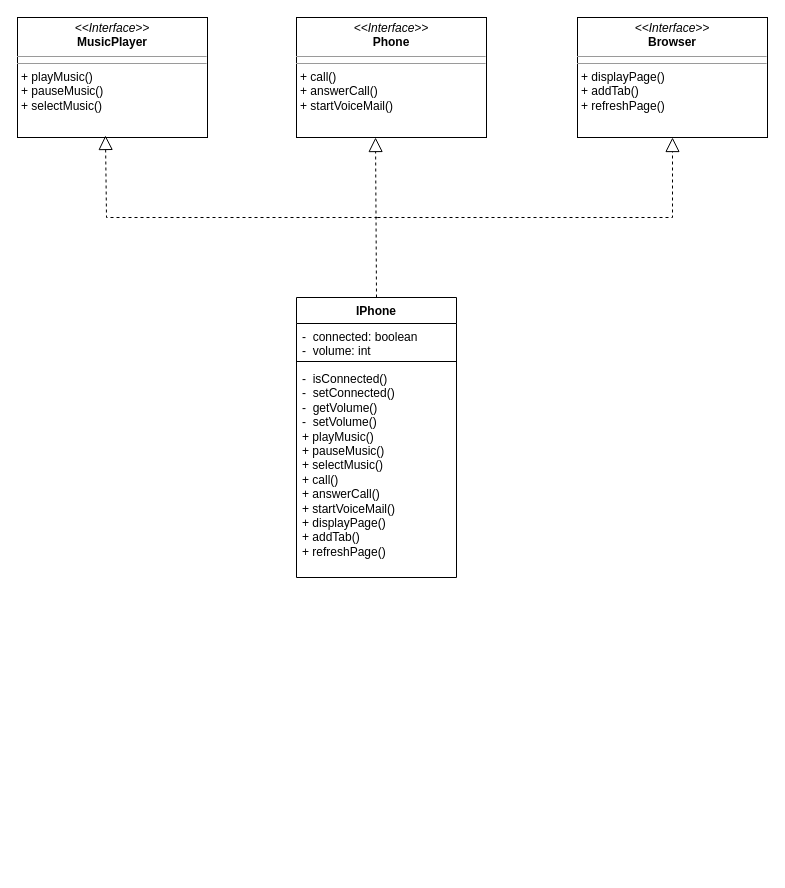
The draw.io diagram desafios/iPhone-classDiagram.drawio in Matheus-Fontinele-Alves-Vieria/JavaProjects-DIO, before the edit. Source tidied: cells renumbered, new cells numbered last; positions are measured from the earlier drawing's top-left corner, leaving out a move shared by most shapes. Both pictures are drawn from the tidied source at 100%, with x=0, y=0 at pixel (17, 17).
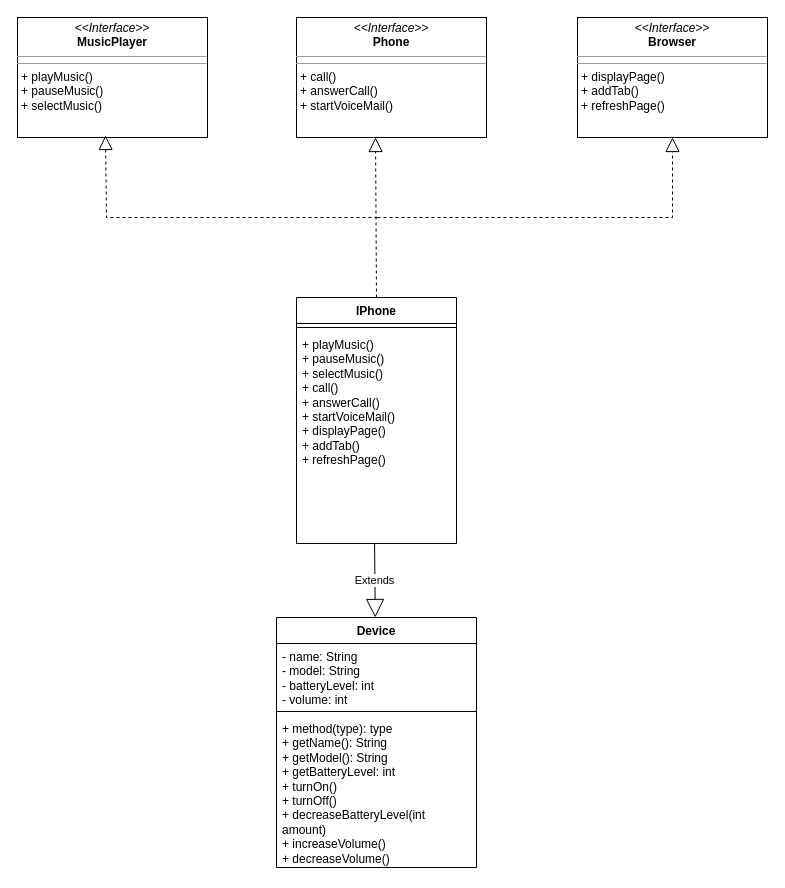
The same page after the edit.

Change to the diagram source:
```diff
@@
 <mxGraphModel>
   <root>
     <mxCell id="0" />
     <mxCell id="1" parent="0" />
     <mxCell id="2" value="&lt;p style=&quot;margin:0px;margin-top:4px;text-align:center;&quot;&gt;&lt;i&gt;&amp;lt;&amp;lt;Interface&amp;gt;&amp;gt;&lt;/i&gt;&lt;br&gt;&lt;b&gt;MusicPlayer&lt;/b&gt;&lt;/p&gt;&lt;hr size=&quot;1&quot;&gt;&lt;hr size=&quot;1&quot;&gt;&lt;p style=&quot;margin:0px;margin-left:4px;&quot;&gt;+ playMusic()&lt;/p&gt;&lt;p style=&quot;margin:0px;margin-left:4px;&quot;&gt;+ pauseMusic()&lt;/p&gt;&lt;p style=&quot;margin:0px;margin-left:4px;&quot;&gt;+ selectMusic()&lt;br&gt;&lt;/p&gt;" style="verticalAlign=top;align=left;overflow=fill;fontSize=12;fontFamily=Helvetica;html=1;whiteSpace=wrap;" parent="1" vertex="1">
       <mxGeometry width="190" height="120" as="geometry" />
     </mxCell>
     <mxCell id="3" value="&lt;p style=&quot;margin:0px;margin-top:4px;text-align:center;&quot;&gt;&lt;i&gt;&amp;lt;&amp;lt;Interface&amp;gt;&amp;gt;&lt;/i&gt;&lt;br&gt;&lt;b&gt;Phone&lt;/b&gt;&lt;br&gt;&lt;/p&gt;&lt;hr size=&quot;1&quot;&gt;&lt;hr size=&quot;1&quot;&gt;&lt;p style=&quot;margin:0px;margin-left:4px;&quot;&gt;+ call()&lt;/p&gt;&lt;p style=&quot;margin:0px;margin-left:4px;&quot;&gt;+ answerCall()&lt;/p&gt;&lt;p style=&quot;margin:0px;margin-left:4px;&quot;&gt;+ startVoiceMail()&lt;br&gt;&lt;/p&gt;" style="verticalAlign=top;align=left;overflow=fill;fontSize=12;fontFamily=Helvetica;html=1;whiteSpace=wrap;" parent="1" vertex="1">
       <mxGeometry x="279" width="190" height="120" as="geometry" />
     </mxCell>
     <mxCell id="4" value="&lt;p style=&quot;margin:0px;margin-top:4px;text-align:center;&quot;&gt;&lt;i&gt;&amp;lt;&amp;lt;Interface&amp;gt;&amp;gt;&lt;/i&gt;&lt;br&gt;&lt;b&gt;Browser&lt;/b&gt;&lt;br&gt;&lt;/p&gt;&lt;hr size=&quot;1&quot;&gt;&lt;hr size=&quot;1&quot;&gt;&lt;p style=&quot;margin:0px;margin-left:4px;&quot;&gt;+ displayPage()&lt;/p&gt;&lt;p style=&quot;margin:0px;margin-left:4px;&quot;&gt;+ addTab()&lt;/p&gt;&lt;p style=&quot;margin:0px;margin-left:4px;&quot;&gt;+ refreshPage()&lt;br&gt;&lt;/p&gt;" style="verticalAlign=top;align=left;overflow=fill;fontSize=12;fontFamily=Helvetica;html=1;whiteSpace=wrap;" parent="1" vertex="1">
       <mxGeometry x="560" width="190" height="120" as="geometry" />
     </mxCell>
     <mxCell id="5" style="endArrow=block;dashed=1;endFill=0;endSize=12;html=1;rounded=0;exitX=0.5;exitY=0;exitDx=0;exitDy=0;entryX=0.416;entryY=1;entryDx=0;entryDy=0;entryPerimeter=0;" parent="1" edge="1" target="3">
       <mxGeometry relative="1" as="geometry">
         <mxPoint x="359" y="280" as="sourcePoint" />
       </mxGeometry>
     </mxCell>
     <mxCell id="6" style="endArrow=block;dashed=1;endFill=0;endSize=12;html=1;rounded=0;entryX=0.5;entryY=1;entryDx=0;entryDy=0;" parent="1" edge="1" target="4">
       <mxGeometry relative="1" as="geometry">
         <mxPoint x="360" y="200" as="sourcePoint" />
         <Array as="points">
           <mxPoint x="655" y="200" />
         </Array>
       </mxGeometry>
     </mxCell>
     <mxCell id="7" style="endArrow=block;dashed=1;endFill=0;endSize=12;html=1;rounded=0;entryX=0.463;entryY=0.983;entryDx=0;entryDy=0;entryPerimeter=0;" parent="1" edge="1" target="2">
       <mxGeometry relative="1" as="geometry">
         <mxPoint x="360" y="200" as="sourcePoint" />
         <Array as="points">
           <mxPoint x="89" y="200" />
         </Array>
       </mxGeometry>
     </mxCell>
     <mxCell id="8" value="IPhone" style="swimlane;fontStyle=1;align=center;verticalAlign=top;horizontal=1;startSize=26;whiteSpace=wrap;html=1;" parent="1" vertex="1">
-      <mxGeometry x="279" y="280" width="160" height="280" as="geometry" />
+      <mxGeometry x="279" y="280" width="160" height="246" as="geometry" />
     </mxCell>
-    <mxCell id="9" value="-&amp;nbsp; connected: boolean&lt;br&gt;-&amp;nbsp; volume: int" style="text;strokeColor=none;fillColor=none;align=left;verticalAlign=top;spacingLeft=4;spacingRight=4;overflow=hidden;whiteSpace=wrap;html=1;" parent="8" vertex="1">
-      <mxGeometry y="26" width="160" height="34" as="geometry" />
-    </mxCell>
     <mxCell id="10" style="line;strokeWidth=1;fillColor=none;align=left;verticalAlign=middle;spacingTop=-1;spacingLeft=3;spacingRight=3;labelPosition=right;strokeColor=inherit;" parent="8" vertex="1">
-      <mxGeometry y="60" width="160" height="8" as="geometry" />
+      <mxGeometry y="26" width="160" height="8" as="geometry" />
     </mxCell>
-    <mxCell id="11" value="-&amp;nbsp; isConnected()&lt;br&gt;-&amp;nbsp; setConnected()&lt;br&gt;-&amp;nbsp; getVolume()&lt;br&gt;&lt;div&gt;-&amp;nbsp; setVolume()&lt;/div&gt;&lt;div&gt;+ playMusic()&lt;br&gt;+ pauseMusic()&lt;br&gt;+ selectMusic()&lt;/div&gt;&lt;div&gt;+ call()&lt;/div&gt;&lt;div&gt;+ answerCall()&lt;/div&gt;&lt;div&gt;+ startVoiceMail()&lt;/div&gt;&lt;div&gt;+ displayPage()&lt;/div&gt;&lt;div&gt;+ addTab()&lt;/div&gt;&lt;div&gt;+ refreshPage()&lt;br&gt;&lt;/div&gt;" style="text;strokeColor=none;fillColor=none;align=left;verticalAlign=top;spacingLeft=4;spacingRight=4;overflow=hidden;points=[[0,0.5],[1,0.5]];portConstraint=eastwest;whiteSpace=wrap;html=1;" parent="8" vertex="1">
-      <mxGeometry y="68" width="160" height="212" as="geometry" />
+    <mxCell id="11" value="+ playMusic()&lt;div&gt;+ pauseMusic()&lt;br&gt;+ selectMusic()&lt;/div&gt;&lt;div&gt;+ call()&lt;/div&gt;&lt;div&gt;+ answerCall()&lt;/div&gt;&lt;div&gt;+ startVoiceMail()&lt;/div&gt;&lt;div&gt;+ displayPage()&lt;/div&gt;&lt;div&gt;+ addTab()&lt;/div&gt;&lt;div&gt;+ refreshPage()&lt;br&gt;&lt;/div&gt;" style="text;strokeColor=none;fillColor=none;align=left;verticalAlign=top;spacingLeft=4;spacingRight=4;overflow=hidden;points=[[0,0.5],[1,0.5]];portConstraint=eastwest;whiteSpace=wrap;html=1;" parent="8" vertex="1">
+      <mxGeometry y="34" width="160" height="212" as="geometry" />
     </mxCell>
+    <mxCell id="12" value="Device" style="swimlane;fontStyle=1;align=center;verticalAlign=top;horizontal=1;startSize=26;whiteSpace=wrap;html=1;" parent="1" vertex="1">
+      <mxGeometry x="259" y="600" width="200" height="250" as="geometry" />
+    </mxCell>
+    <mxCell id="13" value="&lt;div&gt;- name: String&lt;/div&gt;&lt;div&gt;- model: String&lt;/div&gt;&lt;div&gt;- batteryLevel: int&lt;/div&gt;&lt;div&gt;- volume: int&lt;br&gt;&lt;/div&gt;" style="text;strokeColor=none;fillColor=none;align=left;verticalAlign=top;spacingLeft=4;spacingRight=4;overflow=hidden;whiteSpace=wrap;html=1;" parent="12" vertex="1">
+      <mxGeometry y="26" width="200" height="64" as="geometry" />
+    </mxCell>
+    <mxCell id="14" style="line;strokeWidth=1;fillColor=none;align=left;verticalAlign=middle;spacingTop=-1;spacingLeft=3;spacingRight=3;labelPosition=right;strokeColor=inherit;" parent="12" vertex="1">
+      <mxGeometry y="90" width="200" height="8" as="geometry" />
+    </mxCell>
+    <mxCell id="15" value="&lt;div&gt;+ method(type): type&lt;/div&gt;&lt;div&gt;+ getName(): String&lt;/div&gt;&lt;div&gt;+ getModel(): String&lt;/div&gt;&lt;div&gt;+ getBatteryLevel: int&lt;/div&gt;&lt;div&gt;+ turnOn()&lt;/div&gt;&lt;div&gt;+ turnOff()&lt;/div&gt;&lt;div&gt;+ decreaseBatteryLevel(int amount)&lt;/div&gt;&lt;div&gt;+ increaseVolume()&lt;/div&gt;&lt;div&gt;+ decreaseVolume()&lt;br&gt;&lt;/div&gt;" style="text;strokeColor=none;fillColor=none;align=left;verticalAlign=top;spacingLeft=4;spacingRight=4;overflow=hidden;whiteSpace=wrap;html=1;" parent="12" vertex="1">
+      <mxGeometry y="98" width="200" height="152" as="geometry" />
+    </mxCell>
+    <mxCell id="16" value="Extends" style="endArrow=block;endSize=16;endFill=0;html=1;rounded=0;exitX=0.488;exitY=1;exitDx=0;exitDy=0;exitPerimeter=0;" parent="1" edge="1" source="11" target="12">
+      <mxGeometry relative="1" as="geometry" />
+    </mxCell>
   </root>
 </mxGraphModel>
```
